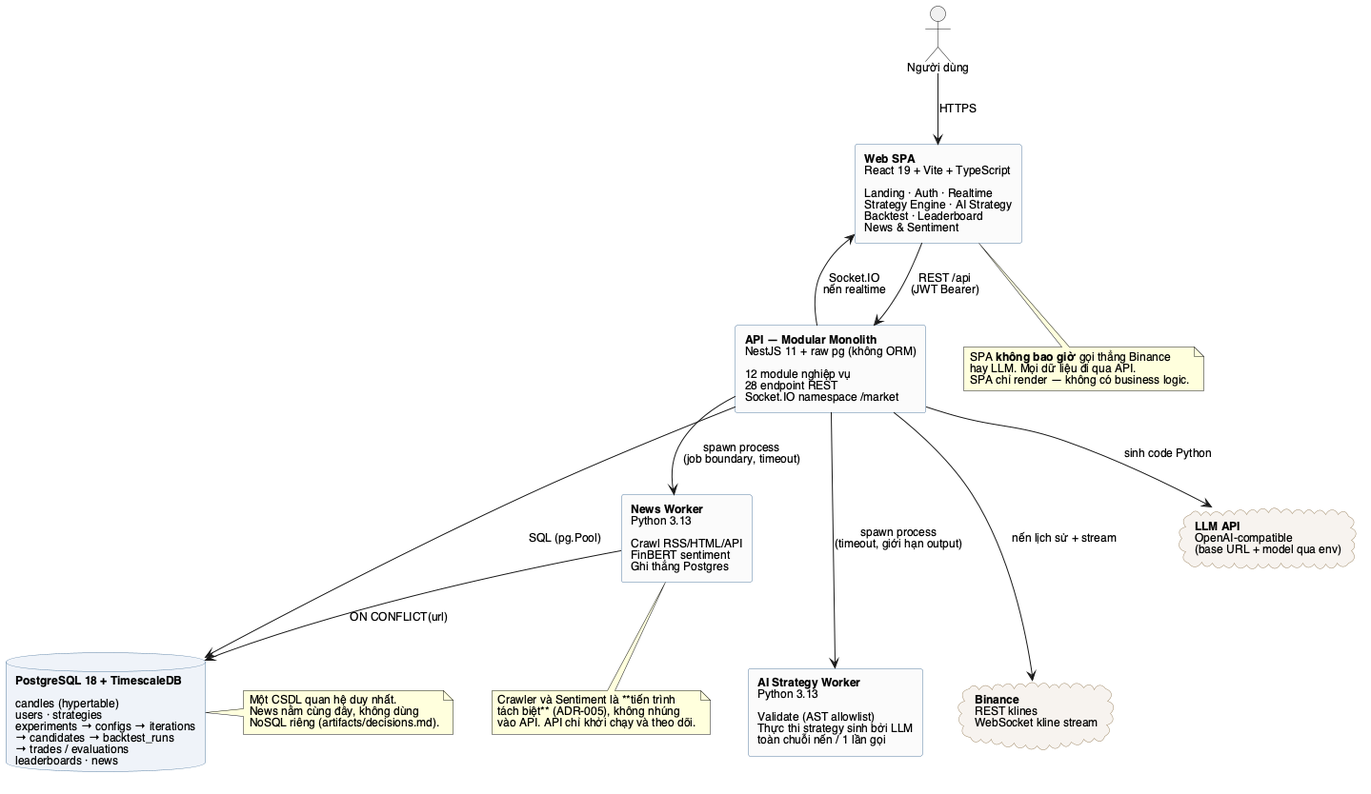
Earlier version of the PlantUML export artifacts/crypto-strategy-lab-container.png (huynhgiaau27112005/crypto-strategy-lab). Its diagram source:
```plantuml
@startuml crypto-strategy-lab-container

skinparam componentStyle rectangle
skinparam shadowing false
skinparam defaultFontName "Helvetica"
skinparam defaultFontSize 12
skinparam nodesep 40
skinparam ranksep 60
skinparam rectangle {
  BackgroundColor #FAFAFA
  BorderColor #597EA3
}
skinparam database {
  BackgroundColor #EEF3F8
  BorderColor #597EA3
}
skinparam cloud {
  BackgroundColor #F7F3EE
  BorderColor #A08A6A
}

actor "Người dùng" as USER

rectangle "**Web SPA**\nReact 19 + Vite + TypeScript\n\nLanding · Auth · Realtime\nStrategy Engine · AI Strategy\nBacktest · Leaderboard\nNews & Sentiment" as SPA

rectangle "**API — Modular Monolith**\nNestJS 11 + raw pg (không ORM)\n\n12 module nghiệp vụ\n28 endpoint REST\nSocket.IO namespace /market" as API

rectangle "**News Worker**\nPython 3.13\n\nCrawl RSS/HTML/API\nFinBERT sentiment\nGhi thẳng Postgres" as W_NEWS

rectangle "**AI Strategy Worker**\nPython 3.13\n\nValidate (AST allowlist)\nThực thi strategy sinh bởi LLM\ntoàn chuỗi nến / 1 lần gọi" as W_AI

database "**PostgreSQL 18 + TimescaleDB**\n\ncandles (hypertable)\nusers · strategies\nexperiments → configs → iterations\n→ candidates → backtest_runs\n→ trades / evaluations\nleaderboards · news" as PG

cloud "**Binance**\nREST klines\nWebSocket kline stream" as BINANCE
cloud "**LLM API**\nOpenAI-compatible\n(base URL + model qua env)" as LLM

USER --> SPA : HTTPS

SPA --> API : REST /api\n(JWT Bearer)
SPA <-- API : Socket.IO\nnến realtime

API --> PG : SQL (pg.Pool)
API --> BINANCE : nến lịch sử + stream
API --> LLM : sinh code Python
API --> W_NEWS : spawn process\n(job boundary, timeout)
API --> W_AI : spawn process\n(timeout, giới hạn output)

W_NEWS --> PG : ON CONFLICT(url)
W_NEWS --> BINANCE #line:transparent
W_NEWS -[hidden]-> W_AI

note bottom of SPA
  SPA **không bao giờ** gọi thẳng Binance
  hay LLM. Mọi dữ liệu đi qua API.
  SPA chỉ render — không có business logic.
end note

note bottom of W_NEWS
  Crawler và Sentiment là **tiến trình
  tách biệt** (ADR-005), không nhúng
  vào API. API chỉ khởi chạy và theo dõi.
end note

note right of PG
  Một CSDL quan hệ duy nhất.
  News nằm cùng đây, không dùng
  NoSQL riêng (artifacts/decisions.md).
end note

@enduml
```
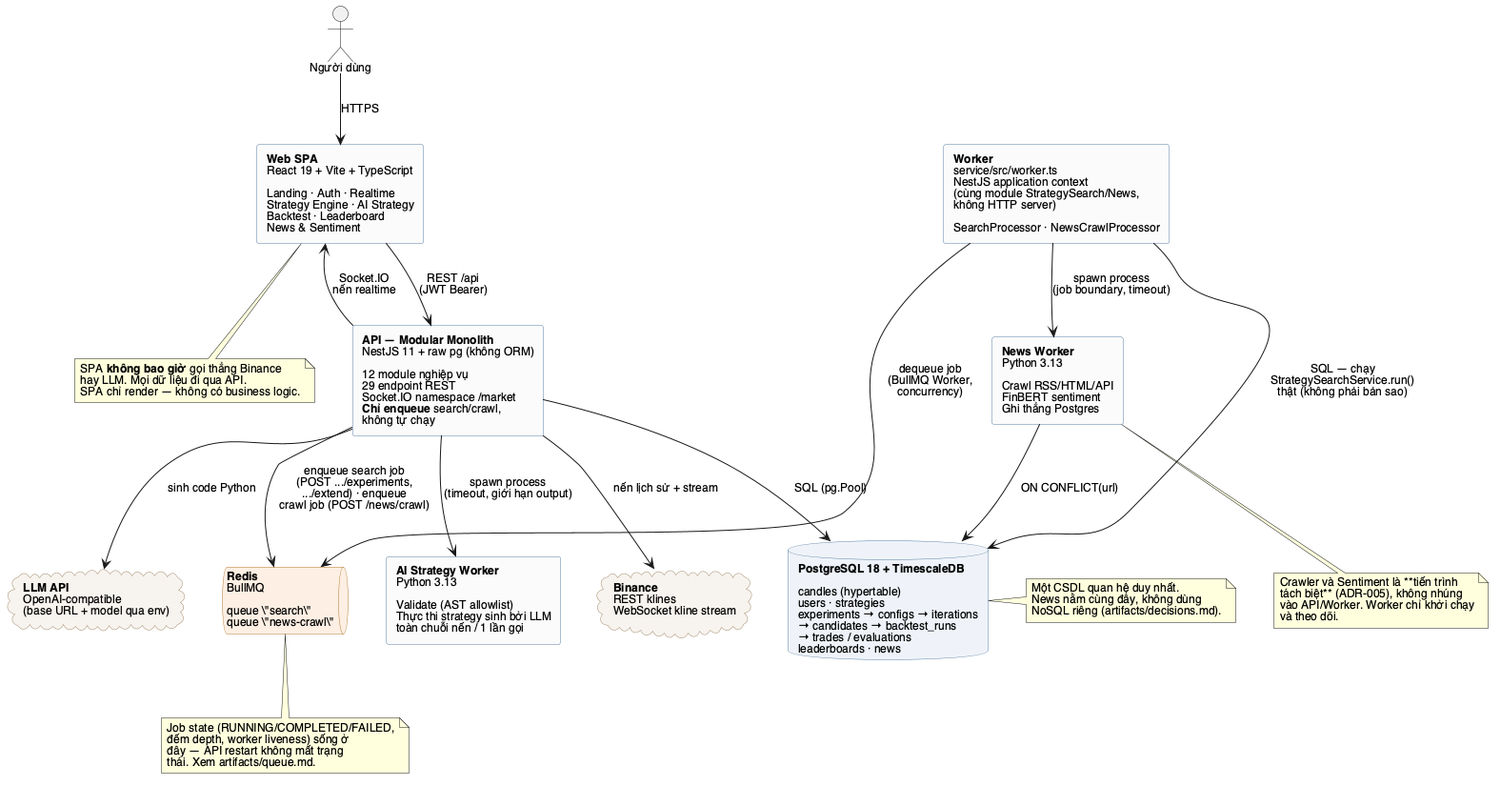
Later version of the same file.

Diff of the diagram source:
```diff
@@ -18,12 +18,20 @@
   BackgroundColor #F7F3EE
   BorderColor #A08A6A
 }
+skinparam queue {
+  BackgroundColor #FCEFE3
+  BorderColor #B5772E
+}
 
 actor "Người dùng" as USER
 
 rectangle "**Web SPA**\nReact 19 + Vite + TypeScript\n\nLanding · Auth · Realtime\nStrategy Engine · AI Strategy\nBacktest · Leaderboard\nNews & Sentiment" as SPA
 
-rectangle "**API — Modular Monolith**\nNestJS 11 + raw pg (không ORM)\n\n12 module nghiệp vụ\n28 endpoint REST\nSocket.IO namespace /market" as API
+rectangle "**API — Modular Monolith**\nNestJS 11 + raw pg (không ORM)\n\n12 module nghiệp vụ\n29 endpoint REST\nSocket.IO namespace /market\n**Chỉ enqueue** search/crawl,\nkhông tự chạy" as API
+
+queue "**Redis**\nBullMQ\n\nqueue \"search\"\nqueue \"news-crawl\"" as REDIS
+
+rectangle "**Worker**\nservice/src/worker.ts\nNestJS application context\n(cùng module StrategySearch/News,\nkhông HTTP server)\n\nSearchProcessor · NewsCrawlProcessor" as WORKER
 
 rectangle "**News Worker**\nPython 3.13\n\nCrawl RSS/HTML/API\nFinBERT sentiment\nGhi thẳng Postgres" as W_NEWS
 
@@ -42,8 +50,12 @@
 API --> PG : SQL (pg.Pool)
 API --> BINANCE : nến lịch sử + stream
 API --> LLM : sinh code Python
-API --> W_NEWS : spawn process\n(job boundary, timeout)
+API --> REDIS : enqueue search job\n(POST .../experiments,\n.../extend) · enqueue\ncrawl job (POST /news/crawl)
 API --> W_AI : spawn process\n(timeout, giới hạn output)
+
+WORKER --> REDIS : dequeue job\n(BullMQ Worker,\nconcurrency)
+WORKER --> PG : SQL — chạy\nStrategySearchService.run()\nthật (không phải bản sao)
+WORKER --> W_NEWS : spawn process\n(job boundary, timeout)
 
 W_NEWS --> PG : ON CONFLICT(url)
 W_NEWS --> BINANCE #line:transparent
@@ -55,10 +67,18 @@
   SPA chỉ render — không có business logic.
 end note
 
+note bottom of REDIS
+  Job state (RUNNING/COMPLETED/FAILED,
+  đếm depth, worker liveness) sống ở
+  đây — API restart không mất trạng
+  thái. Xem artifacts/queue.md.
+end note
+
 note bottom of W_NEWS
   Crawler và Sentiment là **tiến trình
   tách biệt** (ADR-005), không nhúng
-  vào API. API chỉ khởi chạy và theo dõi.
+  vào API/Worker. Worker chỉ khởi chạy
+  và theo dõi.
 end note
 
 note right of PG
```
